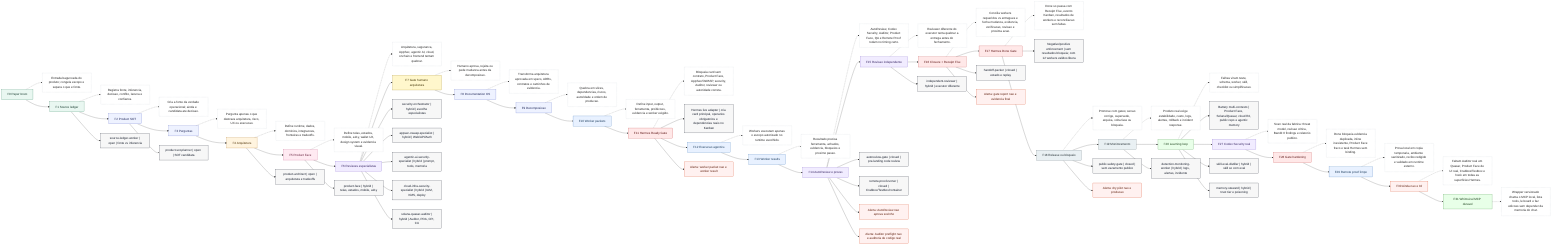
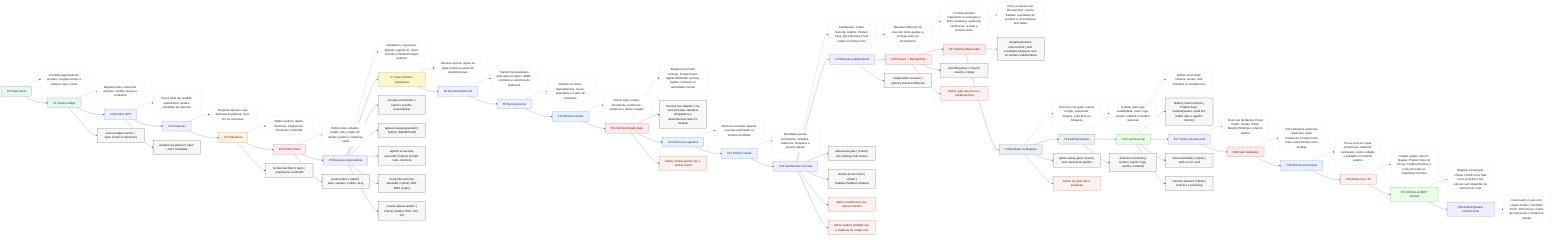
flowchart LR
  F0["F0 Paper bruto"]:::source
  F0D["Entrada baguncada do produto; congela escopo e separa o que e fonte."]:::desc
  F0 -.-> F0D
  F0 --> F1

  F1["F1 Source ledger"]:::source
  F1D["Registra fonte, inferencia, decisao, conflito, lacuna e confianca."]:::desc
  F1 -.-> F1D
  F1 --> F2

  F2["F2 Product SOT"]:::planning
  F2D["Cria a fonte da verdade operacional; ainda e candidata ate decisao."]:::desc
  F2 -.-> F2D
  F2 --> F3

  F3["F3 Perguntas"]:::planning
  F3D["Pergunta apenas o que destrava arquitetura, risco, UX ou execucao."]:::desc
  F3 -.-> F3D
  F3 --> F4

  F4["F4 Arquitetura"]:::architecture
  F4D["Define runtime, dados, dominios, integracoes, fronteiras e tradeoffs."]:::desc
  F4 -.-> F4D
  F4 --> F5

  F5["F5 Product Face"]:::face
  F5D["Define telas, estados, mobile, a11y, wallet UX, design system e evidencia visual."]:::desc
  F5 -.-> F5D
  F5 --> F6

  F6["F6 Revisoes especialistas"]:::review
  F6D["Arquitetura, seguranca, AppSec, agentic AI, cloud, onchain e frontend tentam quebrar."]:::desc
  F6 -.-> F6D
  F6 --> F7

  F7["F7 Gate humano arquitetura"]:::human
  F7D["Humano aprova, rejeita ou pede mudanca antes da decomposicao."]:::desc
  F7 -.-> F7D
  F7 --> F8

  F8["F8 Documentation OS"]:::planning
  F8D["Transforma arquitetura aprovada em specs, ADRs, contratos e caminhos de evidencia."]:::desc
  F8 -.-> F8D
  F8 --> F9

  F9["F9 Decomposicao"]:::planning
  F9D["Quebra em slices, dependencias, riscos, autoridade e ordem de producao."]:::desc
  F9 -.-> F9D
  F9 --> F10

  F10["F10 Worker packets"]:::execution
  F10D["Define input, output, ferramenta, proibicoes, evidencia e worker exigido."]:::desc
  F10 -.-> F10D
  F10 --> F11

  F11["F11 Hermes Ready Gate"]:::gate
  F11D["Bloqueia card sem contrato, Product Face, AppSec/OWASP, security, Auditor, reviewer ou autoridade correta."]:::desc
  F11 -.-> F11D
  F11 --> H1["Hermes live adapter | cria card principal, operarios obrigatorios e dependencias reais no Kanban"]:::worker
  F11 --> F12

  F12["F12 Execucao agentica"]:::execution
  F12D["Workers executam apenas o escopo autorizado no runtime escolhido."]:::desc
  F12 -.-> F12D
  F12 --> F13

  F13["F13 Worker results"]:::execution
  F13D["Resultado precisa ferramenta, achados, evidencia, bloqueios e proximo passo."]:::desc
  F13 -.-> F13D
  F13 --> F14

  F14["F14 AutoReview e provas"]:::review
  F14D["AutoReview, Codex Security, Auditor, Product Face, QA e Remote Proof rodam no timing certo."]:::desc
  F14 -.-> F14D
  F14 --> F15

  F15["F15 Revisao independente"]:::review
  F15D["Reviewer diferente do executor tenta quebrar a entrega antes do fechamento."]:::desc
  F15 -.-> F15D
  F15 --> F16

  F16["F16 Closure + Receipt Five"]:::gate
  F16D["Concilia workers requeridos vs entregues e fecha mudanca, evidencia, verificacao, revisao e proxima acao."]:::desc
  F16 -.-> F16D
  F16 --> F17

  F17["F17 Hermes Done Gate"]:::gate
  F17D["Done so passa com Receipt Five, evento Kanban, resultados de workers e reconciliacao sem faltas."]:::desc
  F17 -.-> F17D
  F17 --> H2["Negative/positive enforcement | sem resultados bloqueia; com 12 workers validos libera"]:::worker
  F17 --> F18

  F18["F18 Release ou bloqueio"]:::release
  F18D["Promove com gates; senao corrige, supersede, arquiva, volta fase ou bloqueia."]:::desc
  F18 -.-> F18D
  F18 --> F19

  F19["F19 Monitoramento"]:::release
  F19D["Produto real exige estabilidade, custo, logs, alertas, rollback e incident response."]:::desc
  F19 -.-> F19D
  F19 --> F20

  F20["F20 Learning loop"]:::learning
  F20D["Falhas viram teste, schema, worker, skill, checklist ou simplificacao."]:::desc
  F20 -.-> F20D
  F20 --> H3["Battery multi-contexto | Product Face, Solana/Quasar, cloud R4, public repo e agentic memory"]:::worker
  F20 --> F27

  F27["F27 Codex Security real"]:::review
  F27D["Scan real da fabrica: threat model, revisao critica, Bandit 0 findings e relatorio publico."]:::desc
  F27 -.-> F27D
  F27 --> F28

  F28["F28 Gate hardening"]:::gate
  F28D["Done bloqueia evidencia duplicada, inline inexistente, Product Face fraco e task Hermes sem binding."]:::desc
  F28 -.-> F28D
  F28 --> F29

  F29["F29 Remote proof limpo"]:::execution
  F29D["Prova local em copia temporaria, ambiente sanitizado, recibo redigido e validado em runtime externo."]:::desc
  F29 -.-> F29D
  F29 --> F30

  F30["F30 Ainda nao e 10"]:::alert
  F30D["Faltam Auditor real em Quasar, Product Face de UI real, Crabbox/Testbox e hook em todas as superficies Hermes."]:::desc
  F30 -.-> F30D
  F30 --> F31

  F31["F31 Whimsical MCP duravel"]:::learning
  F31D["Wrapper versionado chama o MCP local, lista tools, le board e faz edicoes sem depender da memoria do chat."]:::desc
  F31 -.-> F31D
+   F31 --> F32
+ 
+   F32["F32 Auditor/Quasar contrato forte"]:::review
+   F32D["Code audit so vale com corpus Auditor, checklists 01-07, 100 vetores, matriz de instrucoes e modelo de estado."]:::desc
+   F32 -.-> F32D

  F1 --> W1["source-ledger-worker | open | fonte vs inferencia"]:::worker
  F2 --> W2["product-sot-planner | open | SOT candidata"]:::worker
  F4 --> W3["product-architect | open | arquitetura e tradeoffs"]:::worker
  F5 --> W4["product-face | hybrid | telas, estados, mobile, a11y"]:::worker
  F6 --> W5["security-orchestrator | hybrid | escolhe especialistas"]:::worker
  F6 --> W6["appsec-owasp-specialist | hybrid | Web/API/Auth"]:::worker
  F6 --> W7["agentic-ai-security-specialist | hybrid | prompt, tools, memoria"]:::worker
  F6 --> W8["cloud-infra-security-specialist | hybrid | IAM, KMS, deploy"]:::worker
  F6 --> W9["solana-quasar-auditor | hybrid | Auditor, PDA, CPI, CU"]:::worker
  F14 --> W10["autoreview-gate | closed | pre-landing code review"]:::worker
  F14 --> W11["remote-proof-runner | closed | Crabbox/Testbox/container"]:::worker
  F15 --> W12["independent-reviewer | hybrid | executor diferente"]:::worker
  F16 --> W13["handoff-packer | closed | estado e replay"]:::worker
  F18 --> W14["public-safety-gate | closed | sem vazamento publico"]:::worker
  F19 --> W15["detection-monitoring-worker | hybrid | logs, alertas, incidente"]:::worker
  F20 --> W16["skill-eval-distiller | hybrid | skill so com eval"]:::worker
  F20 --> W17["memory-steward | hybrid | trust tier e poisoning"]:::worker

  F11 --> A1["Alerta: worker packet nao e worker result"]:::alert
  F16 --> A2["Alerta: gate report nao e evidencia final"]:::alert
  F14 --> A3["Alerta: AutoReview nao aprova sozinho"]:::alert
  F14 --> A4["Alerta: Auditor preflight nao e auditoria de codigo real"]:::alert
  F18 --> A5["Alerta: dry pilot nao e producao"]:::alert

  classDef source fill:#e9f7f1,stroke:#217a54,color:#12372a;
  classDef planning fill:#eef2ff,stroke:#4f63c6,color:#1c2455;
  classDef architecture fill:#fff4df,stroke:#b36b00,color:#4a2d00;
  classDef face fill:#ffeaf2,stroke:#c23b72,color:#5f1735;
  classDef review fill:#f1ecff,stroke:#7656c9,color:#33215f;
  classDef human fill:#fff7cc,stroke:#9b7a00,color:#3d3000;
  classDef execution fill:#e8f1ff,stroke:#2e6db5,color:#173858;
  classDef gate fill:#ffe8e8,stroke:#bf3434,color:#5a1111;
  classDef release fill:#e9f0f3,stroke:#51626b,color:#202b30;
  classDef learning fill:#e8ffe8,stroke:#3b8b3b,color:#173d17;
  classDef desc fill:#ffffff,stroke:#aab3bd,color:#222222,stroke-dasharray: 3 3;
  classDef worker fill:#f7f7f7,stroke:#111827,color:#111827;
  classDef alert fill:#fff1f0,stroke:#d4380d,color:#5c1a08;
